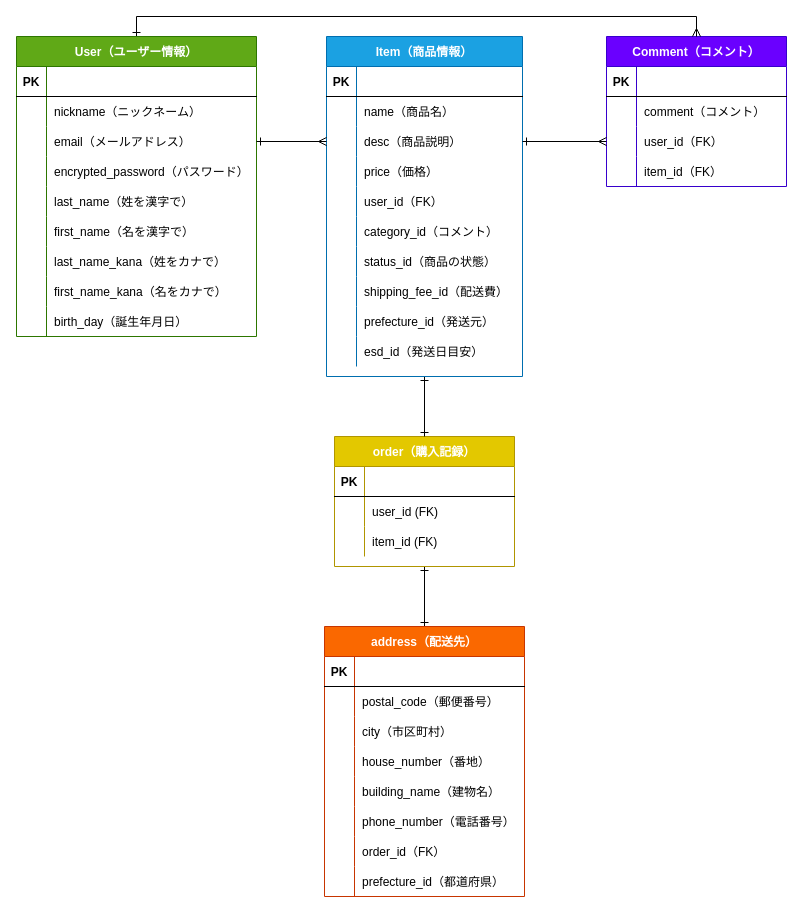
The draw.io diagram furima-35018.dio in soozeay/furima-35018, before the edit. Source tidied: cells renumbered, new cells numbered last; positions are measured from the earlier drawing's top-left corner, leaving out a move shared by most shapes. Both pictures are drawn from the tidied source at 100%, with x=0, y=0 at pixel (16, 36).
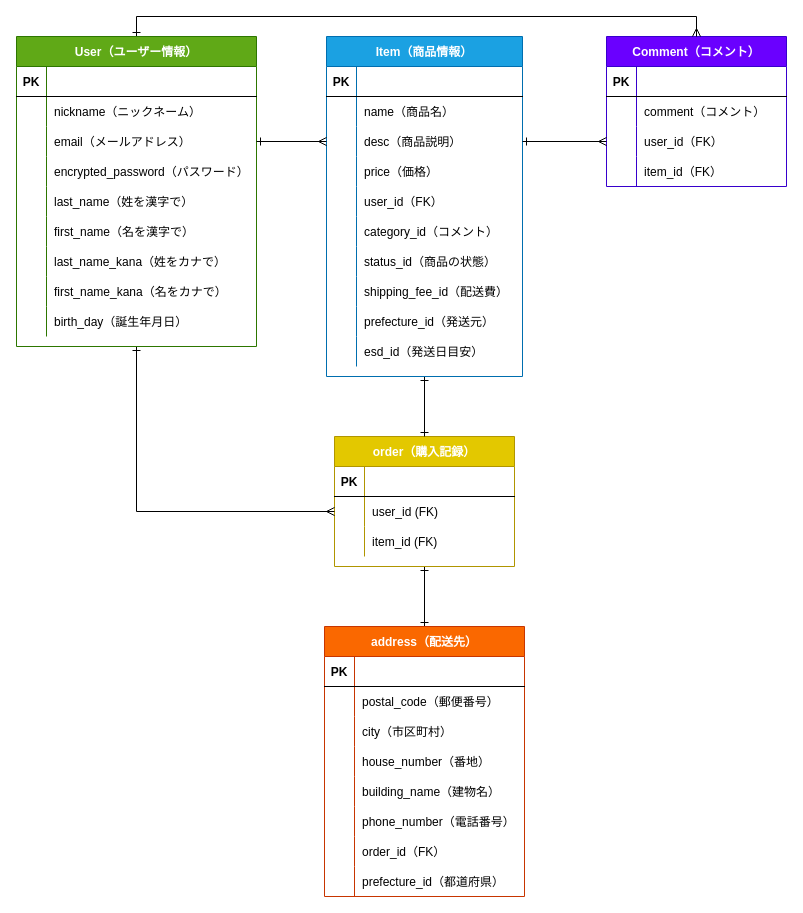
Above is the later version.

Commit message (it also covers changes not shown here):
DB設計の修正10回目

①usersテーブル、ordersテーブル間
のアソシエーションを見直し、カーディナリティを追記

The change refers to these unchanged cells:
```xml
<mxCell id="26" style="shape=partialRectangle;fillColor=none;top=0;left=0;bottom=0;right=0;points=[[0,0.5],[1,0.5]];portConstraint=eastwest;" parent="22" vertex="1">
  <mxGeometry y="60" width="180" height="30" as="geometry" />
</mxCell>
```

The edit, as a diff of the source:
```diff
@@
+    <mxCell id="120" style="edgeStyle=orthogonalEdgeStyle;rounded=0;jettySize=auto;html=1;exitX=0.5;exitY=1;exitDx=0;exitDy=0;entryX=0;entryY=0.5;entryDx=0;entryDy=0;startArrow=ERone;startFill=0;endArrow=ERmany;endFill=0;" parent="1" edge="1" source="58" target="26">
+      <mxGeometry relative="1" as="geometry" />
+    </mxCell>
     <mxCell id="58" value="User（ユーザー情報）" style="shape=table;startSize=30;childLayout=tableLayout;rowLines=0;fontStyle=1;align=center;fillColor=#60a917;strokeColor=#2D7600;fontColor=#ffffff;" parent="1" vertex="1">
-      <mxGeometry width="240" height="300" as="geometry" />
+      <mxGeometry width="240" height="310" as="geometry" />
     </mxCell>
```
